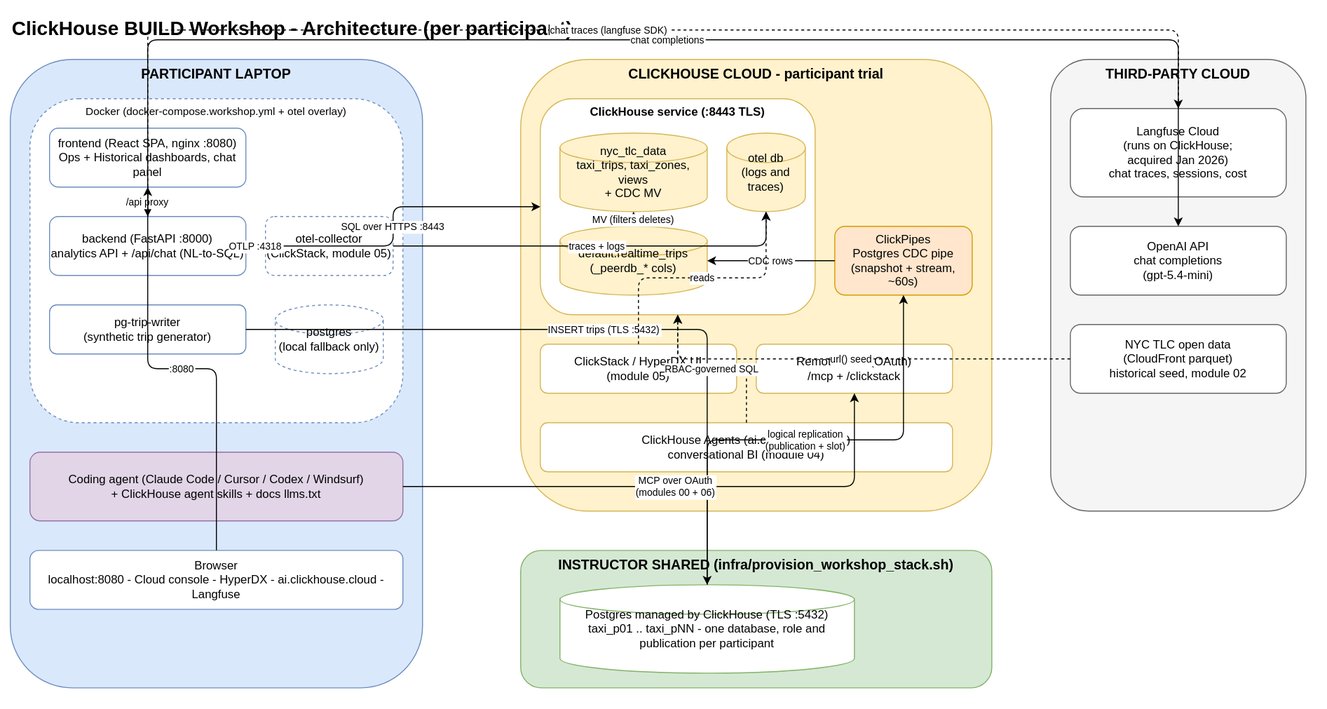
ClickHouse/ClickHouse_Demos keeps this draw.io diagram as workshops/build_workshop/playbook/public/workshop-architecture.svg. Above is the earlier version. Source tidied: cells renumbered, new cells last; positions are measured from the earlier drawing's top-left corner, leaving out a move shared by most shapes.
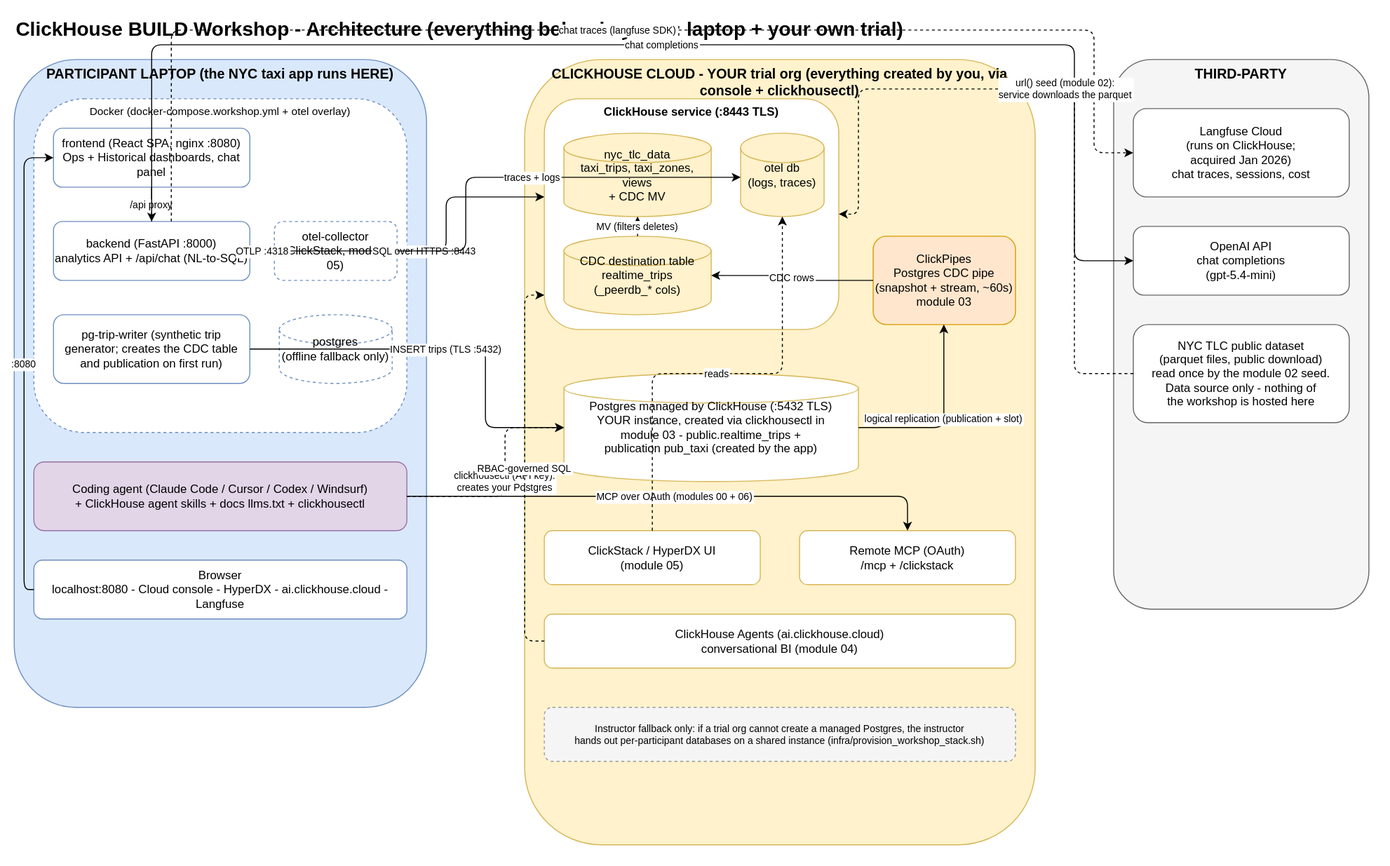
After the change.

Commit message:
diagrams: per-participant managed Postgres architecture

Postgres moves inside the participant's own trial (created via
clickhousectl, module 03); the instructor-shared container is reduced to
a fallback note; the NYC TLC box is relabeled as a public dataset
download source to make clear nothing of the workshop is hosted there;
overlapping edge labels rerouted.

What changed in the source:
```diff
@@ -2,92 +2,123 @@
   <root>
     <mxCell id="0" />
     <mxCell id="1" parent="0" />
-    <mxCell id="2" value="ClickHouse BUILD Workshop - Architecture (per participant)" style="text;html=1;fontSize=20;fontStyle=1;align=left;" parent="1" vertex="1">
-      <mxGeometry width="700" height="30" as="geometry" />
+    <mxCell id="2" value="ClickHouse BUILD Workshop - Architecture (everything below is yours: laptop + your own trial)" style="text;html=1;fontSize=20;fontStyle=1;align=left;" parent="1" vertex="1">
+      <mxGeometry width="980" height="30" as="geometry" />
     </mxCell>
-    <mxCell id="3" value="PARTICIPANT LAPTOP" style="rounded=1;whiteSpace=wrap;fillColor=#dae8fc;strokeColor=#6c8ebf;verticalAlign=top;fontStyle=1;fontSize=14;" parent="1" vertex="1">
-      <mxGeometry y="50" width="420" height="640" as="geometry" />
+    <mxCell id="3" value="PARTICIPANT LAPTOP (the NYC taxi app runs HERE)" style="rounded=1;whiteSpace=wrap;fillColor=#dae8fc;strokeColor=#6c8ebf;verticalAlign=top;fontStyle=1;fontSize=14;" parent="1" vertex="1">
+      <mxGeometry y="50" width="420" height="660" as="geometry" />
     </mxCell>
     <mxCell id="4" value="Docker (docker-compose.workshop.yml + otel overlay)" style="rounded=1;whiteSpace=wrap;fillColor=#ffffff;strokeColor=#6c8ebf;dashed=1;verticalAlign=top;fontSize=11;" parent="1" vertex="1">
-      <mxGeometry x="20" y="90" width="380" height="330" as="geometry" />
+      <mxGeometry x="20" y="90" width="380" height="340" as="geometry" />
     </mxCell>
     <mxCell id="5" value="frontend (React SPA, nginx :8080)&#10;Ops + Historical dashboards, chat panel" style="rounded=1;whiteSpace=wrap;fillColor=#ffffff;strokeColor=#6c8ebf;" parent="1" vertex="1">
       <mxGeometry x="40" y="120" width="200" height="60" as="geometry" />
     </mxCell>
     <mxCell id="6" value="backend (FastAPI :8000)&#10;analytics API + /api/chat (NL-to-SQL)" style="rounded=1;whiteSpace=wrap;fillColor=#ffffff;strokeColor=#6c8ebf;" parent="1" vertex="1">
-      <mxGeometry x="40" y="210" width="200" height="60" as="geometry" />
+      <mxGeometry x="40" y="215" width="200" height="60" as="geometry" />
     </mxCell>
-    <mxCell id="7" value="pg-trip-writer&#10;(synthetic trip generator)" style="rounded=1;whiteSpace=wrap;fillColor=#ffffff;strokeColor=#6c8ebf;" parent="1" vertex="1">
-      <mxGeometry x="40" y="300" width="200" height="50" as="geometry" />
+    <mxCell id="7" value="pg-trip-writer (synthetic trip&#10;generator; creates the CDC table&#10;and publication on first run)" style="rounded=1;whiteSpace=wrap;fillColor=#ffffff;strokeColor=#6c8ebf;" parent="1" vertex="1">
+      <mxGeometry x="40" y="310" width="200" height="70" as="geometry" />
     </mxCell>
     <mxCell id="8" value="otel-collector&#10;(ClickStack, module 05)" style="rounded=1;whiteSpace=wrap;fillColor=#ffffff;strokeColor=#6c8ebf;dashed=1;" parent="1" vertex="1">
-      <mxGeometry x="260" y="210" width="130" height="60" as="geometry" />
+      <mxGeometry x="265" y="215" width="125" height="60" as="geometry" />
     </mxCell>
-    <mxCell id="9" value="postgres&#10;(local fallback only)" style="shape=cylinder3;whiteSpace=wrap;fillColor=#ffffff;strokeColor=#6c8ebf;dashed=1;" parent="1" vertex="1">
-      <mxGeometry x="270" y="300" width="110" height="70" as="geometry" />
+    <mxCell id="9" value="postgres&#10;(offline fallback only)" style="shape=cylinder3;whiteSpace=wrap;fillColor=#ffffff;strokeColor=#6c8ebf;dashed=1;" parent="1" vertex="1">
+      <mxGeometry x="270" y="310" width="115" height="70" as="geometry" />
     </mxCell>
-    <mxCell id="10" value="Coding agent (Claude Code / Cursor / Codex / Windsurf)&#10;+ ClickHouse agent skills + docs llms.txt" style="rounded=1;whiteSpace=wrap;fillColor=#e1d5e7;strokeColor=#9673a6;" parent="1" vertex="1">
-      <mxGeometry x="20" y="450" width="380" height="70" as="geometry" />
+    <mxCell id="10" value="Coding agent (Claude Code / Cursor / Codex / Windsurf)&#10;+ ClickHouse agent skills + docs llms.txt + clickhousectl" style="rounded=1;whiteSpace=wrap;fillColor=#e1d5e7;strokeColor=#9673a6;" parent="1" vertex="1">
+      <mxGeometry x="20" y="460" width="380" height="70" as="geometry" />
     </mxCell>
     <mxCell id="11" value="Browser&#10;localhost:8080 - Cloud console - HyperDX - ai.clickhouse.cloud - Langfuse" style="rounded=1;whiteSpace=wrap;fillColor=#ffffff;strokeColor=#6c8ebf;" parent="1" vertex="1">
-      <mxGeometry x="20" y="550" width="380" height="60" as="geometry" />
+      <mxGeometry x="20" y="560" width="380" height="60" as="geometry" />
     </mxCell>
-    <mxCell id="12" value="CLICKHOUSE CLOUD - participant trial" style="rounded=1;whiteSpace=wrap;fillColor=#fff2cc;strokeColor=#d6b656;verticalAlign=top;fontStyle=1;fontSize=14;" parent="1" vertex="1">
-      <mxGeometry x="520" y="50" width="480" height="460" as="geometry" />
+    <mxCell id="12" value="CLICKHOUSE CLOUD - YOUR trial org (everything created by you, via console + clickhousectl)" style="rounded=1;whiteSpace=wrap;fillColor=#fff2cc;strokeColor=#d6b656;verticalAlign=top;fontStyle=1;fontSize=14;" parent="1" vertex="1">
+      <mxGeometry x="520" y="50" width="520" height="800" as="geometry" />
     </mxCell>
     <mxCell id="13" value="ClickHouse service (:8443 TLS)" style="rounded=1;whiteSpace=wrap;fillColor=#ffffff;strokeColor=#d6b656;verticalAlign=top;fontStyle=1;" parent="1" vertex="1">
-      <mxGeometry x="540" y="90" width="280" height="220" as="geometry" />
+      <mxGeometry x="540" y="90" width="300" height="235" as="geometry" />
     </mxCell>
     <mxCell id="14" value="nyc_tlc_data&#10;taxi_trips, taxi_zones, views&#10;+ CDC MV" style="shape=cylinder3;whiteSpace=wrap;fillColor=#fff2cc;strokeColor=#d6b656;" parent="1" vertex="1">
-      <mxGeometry x="560" y="125" width="150" height="80" as="geometry" />
+      <mxGeometry x="560" y="125" width="150" height="85" as="geometry" />
     </mxCell>
-    <mxCell id="15" value="default.realtime_trips&#10;(_peerdb_* cols)" style="shape=cylinder3;whiteSpace=wrap;fillColor=#fff2cc;strokeColor=#d6b656;" parent="1" vertex="1">
-      <mxGeometry x="560" y="220" width="150" height="70" as="geometry" />
+    <mxCell id="15" value="CDC destination table&#10;realtime_trips&#10;(_peerdb_* cols)" style="shape=cylinder3;whiteSpace=wrap;fillColor=#fff2cc;strokeColor=#d6b656;" parent="1" vertex="1">
+      <mxGeometry x="560" y="230" width="150" height="80" as="geometry" />
     </mxCell>
-    <mxCell id="16" value="otel db&#10;(logs and traces)" style="shape=cylinder3;whiteSpace=wrap;fillColor=#fff2cc;strokeColor=#d6b656;" parent="1" vertex="1">
-      <mxGeometry x="730" y="125" width="80" height="80" as="geometry" />
+    <mxCell id="16" value="otel db&#10;(logs, traces)" style="shape=cylinder3;whiteSpace=wrap;fillColor=#fff2cc;strokeColor=#d6b656;" parent="1" vertex="1">
+      <mxGeometry x="740" y="125" width="85" height="85" as="geometry" />
     </mxCell>
-    <mxCell id="17" value="ClickPipes&#10;Postgres CDC pipe&#10;(snapshot + stream, ~60s)" style="rounded=1;whiteSpace=wrap;fillColor=#ffe6cc;strokeColor=#d79b00;" parent="1" vertex="1">
-      <mxGeometry x="840" y="220" width="140" height="70" as="geometry" />
+    <mxCell id="17" value="ClickPipes&#10;Postgres CDC pipe&#10;(snapshot + stream, ~60s)&#10;module 03" style="rounded=1;whiteSpace=wrap;fillColor=#ffe6cc;strokeColor=#d79b00;" parent="1" vertex="1">
+      <mxGeometry x="875" y="230" width="145" height="90" as="geometry" />
     </mxCell>
+    <mxCell id="22" value="Postgres managed by ClickHouse (:5432 TLS)&#10;YOUR instance, created via clickhousectl in&#10;module 03 - public.realtime_trips +&#10;publication pub_taxi (created by the app)" style="shape=cylinder3;whiteSpace=wrap;fillColor=#ffffff;strokeColor=#d6b656;" parent="1" vertex="1">
+      <mxGeometry x="560" y="370" width="300" height="110" as="geometry" />
+    </mxCell>
     <mxCell id="18" value="ClickStack / HyperDX UI&#10;(module 05)" style="rounded=1;whiteSpace=wrap;fillColor=#ffffff;strokeColor=#d6b656;" parent="1" vertex="1">
-      <mxGeometry x="540" y="340" width="200" height="50" as="geometry" />
+      <mxGeometry x="540" y="530" width="220" height="55" as="geometry" />
     </mxCell>
     <mxCell id="19" value="Remote MCP (OAuth)&#10;/mcp + /clickstack" style="rounded=1;whiteSpace=wrap;fillColor=#ffffff;strokeColor=#d6b656;" parent="1" vertex="1">
-      <mxGeometry x="760" y="340" width="200" height="50" as="geometry" />
+      <mxGeometry x="800" y="530" width="220" height="55" as="geometry" />
     </mxCell>
     <mxCell id="20" value="ClickHouse Agents (ai.clickhouse.cloud)&#10;conversational BI (module 04)" style="rounded=1;whiteSpace=wrap;fillColor=#ffffff;strokeColor=#d6b656;" parent="1" vertex="1">
-      <mxGeometry x="540" y="420" width="420" height="50" as="geometry" />
+      <mxGeometry x="540" y="615" width="480" height="55" as="geometry" />
     </mxCell>
-    <mxCell id="21" value="INSTRUCTOR SHARED (infra/provision_workshop_stack.sh)" style="rounded=1;whiteSpace=wrap;fillColor=#d5e8d4;strokeColor=#82b366;verticalAlign=top;fontStyle=1;fontSize=14;" parent="1" vertex="1">
-      <mxGeometry x="520" y="550" width="480" height="140" as="geometry" />
-    </mxCell>
-    <mxCell id="22" value="Postgres managed by ClickHouse (TLS :5432)&#10;taxi_p01 .. taxi_pNN - one database, role and&#10;publication per participant" style="shape=cylinder3;whiteSpace=wrap;fillColor=#ffffff;strokeColor=#82b366;" parent="1" vertex="1">
-      <mxGeometry x="560" y="585" width="300" height="90" as="geometry" />
-    </mxCell>
+    <mxCell id="42" value="Instructor fallback only: if a trial org cannot create a managed Postgres, the instructor&#10;hands out per-participant databases on a shared instance (infra/provision_workshop_stack.sh)" style="rounded=1;whiteSpace=wrap;fillColor=#f5f5f5;strokeColor=#999999;dashed=1;fontSize=10;" parent="1" vertex="1">
+      <mxGeometry x="540" y="710" width="480" height="55" as="geometry" />
+    </mxCell>
-    <mxCell id="23" value="THIRD-PARTY CLOUD" style="rounded=1;whiteSpace=wrap;fillColor=#f5f5f5;strokeColor=#666666;verticalAlign=top;fontStyle=1;fontSize=14;" parent="1" vertex="1">
-      <mxGeometry x="1060" y="50" width="260" height="460" as="geometry" />
+    <mxCell id="23" value="THIRD-PARTY" style="rounded=1;whiteSpace=wrap;fillColor=#f5f5f5;strokeColor=#666666;verticalAlign=top;fontStyle=1;fontSize=14;" parent="1" vertex="1">
+      <mxGeometry x="1120" y="50" width="260" height="560" as="geometry" />
     </mxCell>
     <mxCell id="24" value="Langfuse Cloud&#10;(runs on ClickHouse;&#10;acquired Jan 2026)&#10;chat traces, sessions, cost" style="rounded=1;whiteSpace=wrap;fillColor=#ffffff;strokeColor=#666666;" parent="1" vertex="1">
-      <mxGeometry x="1080" y="100" width="220" height="90" as="geometry" />
+      <mxGeometry x="1140" y="100" width="220" height="90" as="geometry" />
     </mxCell>
     <mxCell id="25" value="OpenAI API&#10;chat completions&#10;(gpt-5.4-mini)" style="rounded=1;whiteSpace=wrap;fillColor=#ffffff;strokeColor=#666666;" parent="1" vertex="1">
-      <mxGeometry x="1080" y="220" width="220" height="70" as="geometry" />
+      <mxGeometry x="1140" y="220" width="220" height="70" as="geometry" />
     </mxCell>
-    <mxCell id="26" value="NYC TLC open data&#10;(CloudFront parquet)&#10;historical seed, module 02" style="rounded=1;whiteSpace=wrap;fillColor=#ffffff;strokeColor=#666666;" parent="1" vertex="1">
-      <mxGeometry x="1080" y="320" width="220" height="70" as="geometry" />
+    <mxCell id="26" value="NYC TLC public dataset&#10;(parquet files, public download)&#10;read once by the module 02 seed.&#10;Data source only - nothing of&#10;the workshop is hosted here" style="rounded=1;whiteSpace=wrap;fillColor=#ffffff;strokeColor=#666666;" parent="1" vertex="1">
+      <mxGeometry x="1140" y="320" width="220" height="100" as="geometry" />
     </mxCell>
     <mxCell id="27" value="/api proxy" style="edgeStyle=orthogonalEdgeStyle;fontSize=10;" parent="1" edge="1" source="5" target="6">
       <mxGeometry relative="1" as="geometry" />
     </mxCell>
+    <mxCell id="39" value=":8080" style="edgeStyle=orthogonalEdgeStyle;fontSize=10;" parent="1" edge="1" source="11" target="5">
+      <mxGeometry relative="1" as="geometry">
+        <Array as="points">
+          <mxPoint x="10" y="590" />
+          <mxPoint x="10" y="150" />
+        </Array>
+      </mxGeometry>
+    </mxCell>
     <mxCell id="28" value="SQL over HTTPS :8443" style="edgeStyle=orthogonalEdgeStyle;fontSize=10;" parent="1" edge="1" source="6" target="13">
-      <mxGeometry relative="1" as="geometry" />
+      <mxGeometry relative="1" as="geometry">
+        <Array as="points">
+          <mxPoint x="440" y="245" />
+          <mxPoint x="440" y="190" />
+        </Array>
+      </mxGeometry>
     </mxCell>
+    <mxCell id="33" value="OTLP :4318" style="edgeStyle=orthogonalEdgeStyle;fontSize=10;" parent="1" edge="1" source="6" target="8">
+      <mxGeometry relative="1" as="geometry" />
+    </mxCell>
+    <mxCell id="34" value="traces + logs" style="edgeStyle=orthogonalEdgeStyle;fontSize=10;" parent="1" edge="1" source="8" target="16">
+      <mxGeometry relative="1" as="geometry">
+        <Array as="points">
+          <mxPoint x="460" y="170" />
+        </Array>
+      </mxGeometry>
+    </mxCell>
     <mxCell id="29" value="INSERT trips (TLS :5432)" style="edgeStyle=orthogonalEdgeStyle;fontSize=10;" parent="1" edge="1" source="7" target="22">
-      <mxGeometry relative="1" as="geometry" />
+      <mxGeometry relative="1" as="geometry">
+        <Array as="points">
+          <mxPoint x="480" y="425" />
+        </Array>
+      </mxGeometry>
     </mxCell>
-    <mxCell id="30" value="logical replication&#10;(publication + slot)" style="edgeStyle=orthogonalEdgeStyle;fontSize=10;" parent="1" edge="1" source="22" target="17">
-      <mxGeometry relative="1" as="geometry" />
+    <mxCell id="30" value="logical replication (publication + slot)" style="edgeStyle=orthogonalEdgeStyle;fontSize=10;" parent="1" edge="1" source="22" target="17">
+      <mxGeometry relative="1" as="geometry">
+        <Array as="points">
+          <mxPoint x="947" y="425" />
+        </Array>
+      </mxGeometry>
     </mxCell>
     <mxCell id="31" value="CDC rows" style="edgeStyle=orthogonalEdgeStyle;fontSize=10;" parent="1" edge="1" source="17" target="15">
       <mxGeometry relative="1" as="geometry" />
@@ -95,42 +126,58 @@
     <mxCell id="32" value="MV (filters deletes)" style="edgeStyle=orthogonalEdgeStyle;fontSize=10;" parent="1" edge="1" source="15" target="14">
       <mxGeometry relative="1" as="geometry" />
     </mxCell>
-    <mxCell id="33" value="OTLP :4318" style="edgeStyle=orthogonalEdgeStyle;fontSize=10;" parent="1" edge="1" source="6" target="8">
-      <mxGeometry relative="1" as="geometry" />
-    </mxCell>
-    <mxCell id="34" value="traces + logs" style="edgeStyle=orthogonalEdgeStyle;fontSize=10;" parent="1" edge="1" source="8" target="16">
-      <mxGeometry relative="1" as="geometry" />
-    </mxCell>
-    <mxCell id="35" value="MCP over OAuth&#10;(modules 00 + 06)" style="edgeStyle=orthogonalEdgeStyle;fontSize=10;" parent="1" edge="1" source="10" target="19">
-      <mxGeometry relative="1" as="geometry" />
+    <mxCell id="35" value="MCP over OAuth (modules 00 + 06)" style="edgeStyle=orthogonalEdgeStyle;fontSize=10;" parent="1" edge="1" source="10" target="19">
+      <mxGeometry relative="1" as="geometry">
+        <Array as="points">
+          <mxPoint x="910" y="495" />
+        </Array>
+      </mxGeometry>
     </mxCell>
+    <mxCell id="43" value="clickhousectl (API key):&#10;creates your Postgres" style="edgeStyle=orthogonalEdgeStyle;fontSize=10;dashed=1;" parent="1" edge="1" source="10" target="22">
+      <mxGeometry relative="1" as="geometry">
+        <Array as="points">
+          <mxPoint x="500" y="495" />
+          <mxPoint x="500" y="425" />
+        </Array>
+      </mxGeometry>
+    </mxCell>
     <mxCell id="36" value="chat completions" style="edgeStyle=orthogonalEdgeStyle;fontSize=10;" parent="1" edge="1" source="6" target="25">
       <mxGeometry relative="1" as="geometry">
         <Array as="points">
-          <mxPoint x="480" y="30" />
-          <mxPoint x="1040" y="30" />
+          <mxPoint x="140" y="35" />
+          <mxPoint x="1080" y="35" />
+          <mxPoint x="1080" y="255" />
         </Array>
       </mxGeometry>
     </mxCell>
     <mxCell id="37" value="chat traces (langfuse SDK)" style="edgeStyle=orthogonalEdgeStyle;fontSize=10;dashed=1;" parent="1" edge="1" source="6" target="24">
       <mxGeometry relative="1" as="geometry">
         <Array as="points">
-          <mxPoint x="500" y="20" />
-          <mxPoint x="1020" y="20" />
+          <mxPoint x="160" y="20" />
+          <mxPoint x="1100" y="20" />
+          <mxPoint x="1100" y="145" />
         </Array>
       </mxGeometry>
     </mxCell>
-    <mxCell id="38" value="url() seed" style="edgeStyle=orthogonalEdgeStyle;fontSize=10;dashed=1;" parent="1" edge="1" source="26" target="13">
-      <mxGeometry relative="1" as="geometry" />
+    <mxCell id="38" value="url() seed (module 02):&#10;service downloads the parquet" style="edgeStyle=orthogonalEdgeStyle;fontSize=10;dashed=1;" parent="1" edge="1" source="26" target="13">
+      <mxGeometry relative="1" as="geometry">
+        <Array as="points">
+          <mxPoint x="1080" y="370" />
+          <mxPoint x="1080" y="80" />
+          <mxPoint x="860" y="80" />
+        </Array>
+      </mxGeometry>
     </mxCell>
-    <mxCell id="39" value=":8080" style="edgeStyle=orthogonalEdgeStyle;fontSize=10;" parent="1" edge="1" source="11" target="5">
-      <mxGeometry relative="1" as="geometry" />
-    </mxCell>
     <mxCell id="40" value="reads" style="edgeStyle=orthogonalEdgeStyle;fontSize=10;dashed=1;" parent="1" edge="1" source="18" target="16">
       <mxGeometry relative="1" as="geometry" />
     </mxCell>
     <mxCell id="41" value="RBAC-governed SQL" style="edgeStyle=orthogonalEdgeStyle;fontSize=10;dashed=1;" parent="1" edge="1" source="20" target="13">
-      <mxGeometry relative="1" as="geometry" />
+      <mxGeometry relative="1" as="geometry">
+        <Array as="points">
+          <mxPoint x="520" y="642" />
+          <mxPoint x="520" y="290" />
+        </Array>
+      </mxGeometry>
     </mxCell>
   </root>
 </mxGraphModel>
```
